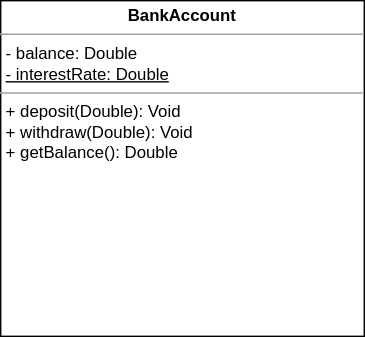
This is Diagramas/DiagBankAccount.drawio.svg from borjamiguens/BankAccount, a draw.io export, as it was before one commit. Source tidied: cells renumbered, new cells last; positions are measured from the earlier drawing's top-left corner, leaving out a move shared by most shapes. Source of this version:
```xml
<mxGraphModel>
  <root>
    <mxCell id="0" />
    <mxCell id="1" parent="0" />
    <mxCell id="2" value="&lt;p style=&quot;margin: 0px ; margin-top: 4px ; text-align: center&quot;&gt;&lt;b&gt;BankAccount&lt;/b&gt;&lt;/p&gt;&lt;hr size=&quot;1&quot;&gt;&lt;p style=&quot;margin: 0px ; margin-left: 4px&quot;&gt;- balance: Double&lt;br&gt;&lt;u&gt;- interestRate: Double&lt;/u&gt;&lt;/p&gt;&lt;hr size=&quot;1&quot;&gt;&lt;p style=&quot;margin: 0px ; margin-left: 4px&quot;&gt;+ deposit(Double): Void&lt;br&gt;+ withdraw(Double): Void&lt;/p&gt;&lt;p style=&quot;margin: 0px ; margin-left: 4px&quot;&gt;+ getBalance(): Double&lt;/p&gt;" style="verticalAlign=top;align=left;overflow=fill;fontSize=12;fontFamily=Helvetica;html=1;" parent="1" vertex="1">
      <mxGeometry width="260" height="240" as="geometry" />
    </mxCell>
  </root>
</mxGraphModel>
```
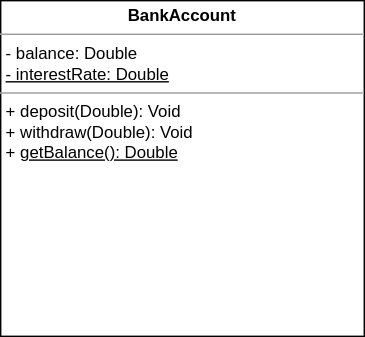
After the change.

Commit message:
Corrigiendo Diagrama de clase

The edit, as a diff of the source:
```diff
@@ -2,7 +2,7 @@
   <root>
     <mxCell id="0" />
     <mxCell id="1" parent="0" />
-    <mxCell id="2" value="&lt;p style=&quot;margin: 0px ; margin-top: 4px ; text-align: center&quot;&gt;&lt;b&gt;BankAccount&lt;/b&gt;&lt;/p&gt;&lt;hr size=&quot;1&quot;&gt;&lt;p style=&quot;margin: 0px ; margin-left: 4px&quot;&gt;- balance: Double&lt;br&gt;&lt;u&gt;- interestRate: Double&lt;/u&gt;&lt;/p&gt;&lt;hr size=&quot;1&quot;&gt;&lt;p style=&quot;margin: 0px ; margin-left: 4px&quot;&gt;+ deposit(Double): Void&lt;br&gt;+ withdraw(Double): Void&lt;/p&gt;&lt;p style=&quot;margin: 0px ; margin-left: 4px&quot;&gt;+ getBalance(): Double&lt;/p&gt;" style="verticalAlign=top;align=left;overflow=fill;fontSize=12;fontFamily=Helvetica;html=1;" parent="1" vertex="1">
+    <mxCell id="2" value="&lt;p style=&quot;margin: 0px ; margin-top: 4px ; text-align: center&quot;&gt;&lt;b&gt;BankAccount&lt;/b&gt;&lt;/p&gt;&lt;hr size=&quot;1&quot;&gt;&lt;p style=&quot;margin: 0px ; margin-left: 4px&quot;&gt;- balance: Double&lt;br&gt;&lt;u&gt;- interestRate: Double&lt;/u&gt;&lt;/p&gt;&lt;hr size=&quot;1&quot;&gt;&lt;p style=&quot;margin: 0px ; margin-left: 4px&quot;&gt;+ deposit(Double): Void&lt;br&gt;+ withdraw(Double): Void&lt;/p&gt;&lt;p style=&quot;margin: 0px ; margin-left: 4px&quot;&gt;+ &lt;u&gt;getBalance(): Double&lt;/u&gt;&lt;/p&gt;" style="verticalAlign=top;align=left;overflow=fill;fontSize=12;fontFamily=Helvetica;html=1;" parent="1" vertex="1">
       <mxGeometry width="260" height="240" as="geometry" />
     </mxCell>
   </root>
```
